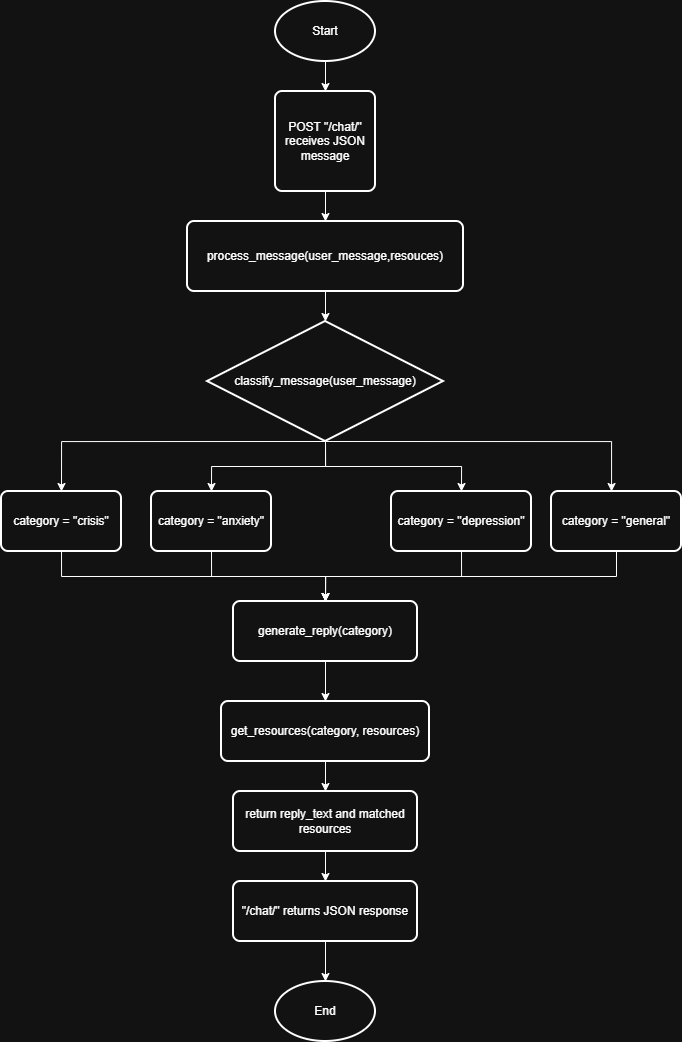
Above: NEA Flowchart Chat Bot Subprocedure.drawio.png in bluu2th/compsci-NEA (draw.io), before the change. Source tidied: cells renumbered, new cells last; positions are measured from the earlier drawing's top-left corner, leaving out a move shared by most shapes. Source of this version:
```xml
<mxGraphModel>
  <root>
    <mxCell id="0" />
    <mxCell id="1" parent="0" />
    <mxCell id="2" style="edgeStyle=orthogonalEdgeStyle;rounded=0;jettySize=auto;html=1;exitX=0.5;exitY=1;exitDx=0;exitDy=0;exitPerimeter=0;entryX=0.5;entryY=0;entryDx=0;entryDy=0;" parent="1" edge="1" source="3" target="5">
      <mxGeometry relative="1" as="geometry" />
    </mxCell>
    <mxCell id="3" value="Start" style="strokeWidth=2;html=1;shape=mxgraph.flowchart.start_1;whiteSpace=wrap;" parent="1" vertex="1">
      <mxGeometry x="274" width="100" height="60" as="geometry" />
    </mxCell>
    <mxCell id="4" style="edgeStyle=orthogonalEdgeStyle;rounded=0;jettySize=auto;html=1;exitX=0.5;exitY=1;exitDx=0;exitDy=0;entryX=0.5;entryY=0;entryDx=0;entryDy=0;" parent="1" edge="1" source="5" target="6">
      <mxGeometry relative="1" as="geometry" />
    </mxCell>
    <mxCell id="5" value="POST &quot;/chat/&quot; receives JSON message" style="rounded=1;whiteSpace=wrap;html=1;absoluteArcSize=1;arcSize=14;strokeWidth=2;" parent="1" vertex="1">
      <mxGeometry x="274" y="90" width="100" height="100" as="geometry" />
    </mxCell>
    <mxCell id="6" value="process_message&lt;span style=&quot;background-color: transparent; color: light-dark(rgb(0, 0, 0), rgb(255, 255, 255));&quot;&gt;(user_message,resouces)&lt;/span&gt;" style="rounded=1;whiteSpace=wrap;html=1;absoluteArcSize=1;arcSize=14;strokeWidth=2;" parent="1" vertex="1">
      <mxGeometry x="186" y="220" width="276" height="70" as="geometry" />
    </mxCell>
    <mxCell id="7" style="edgeStyle=orthogonalEdgeStyle;rounded=0;jettySize=auto;html=1;exitX=0.5;exitY=1;exitDx=0;exitDy=0;exitPerimeter=0;entryX=0.5;entryY=0;entryDx=0;entryDy=0;" parent="1" edge="1" source="11" target="14">
      <mxGeometry relative="1" as="geometry">
        <Array as="points">
          <mxPoint x="60" y="440" />
        </Array>
      </mxGeometry>
    </mxCell>
    <mxCell id="8" style="edgeStyle=orthogonalEdgeStyle;rounded=0;jettySize=auto;html=1;exitX=0.5;exitY=1;exitDx=0;exitDy=0;exitPerimeter=0;entryX=0.5;entryY=0;entryDx=0;entryDy=0;" parent="1" edge="1" source="11" target="16">
      <mxGeometry relative="1" as="geometry" />
    </mxCell>
    <mxCell id="9" style="edgeStyle=orthogonalEdgeStyle;rounded=0;jettySize=auto;html=1;exitX=0.5;exitY=1;exitDx=0;exitDy=0;exitPerimeter=0;entryX=0.5;entryY=0;entryDx=0;entryDy=0;" parent="1" edge="1" source="11" target="18">
      <mxGeometry relative="1" as="geometry" />
    </mxCell>
    <mxCell id="10" style="edgeStyle=orthogonalEdgeStyle;rounded=0;jettySize=auto;html=1;exitX=0.5;exitY=1;exitDx=0;exitDy=0;exitPerimeter=0;" parent="1" edge="1" source="11" target="20">
      <mxGeometry relative="1" as="geometry">
        <Array as="points">
          <mxPoint x="610" y="440" />
        </Array>
      </mxGeometry>
    </mxCell>
    <mxCell id="11" value="classify_message(user_message)" style="strokeWidth=2;html=1;shape=mxgraph.flowchart.decision;whiteSpace=wrap;" parent="1" vertex="1">
      <mxGeometry x="206" y="320" width="236" height="120" as="geometry" />
    </mxCell>
    <mxCell id="12" style="edgeStyle=orthogonalEdgeStyle;rounded=0;jettySize=auto;html=1;exitX=0.5;exitY=1;exitDx=0;exitDy=0;entryX=0.5;entryY=0;entryDx=0;entryDy=0;entryPerimeter=0;" parent="1" edge="1" source="6" target="11">
      <mxGeometry relative="1" as="geometry" />
    </mxCell>
    <mxCell id="13" style="edgeStyle=orthogonalEdgeStyle;rounded=0;jettySize=auto;html=1;exitX=0.5;exitY=1;exitDx=0;exitDy=0;entryX=0.5;entryY=0;entryDx=0;entryDy=0;" parent="1" edge="1" source="14" target="22">
      <mxGeometry relative="1" as="geometry" />
    </mxCell>
    <mxCell id="14" value="category = &quot;crisis&quot;" style="rounded=1;whiteSpace=wrap;html=1;absoluteArcSize=1;arcSize=14;strokeWidth=2;" parent="1" vertex="1">
      <mxGeometry y="490" width="120" height="60" as="geometry" />
    </mxCell>
    <mxCell id="15" style="edgeStyle=orthogonalEdgeStyle;rounded=0;jettySize=auto;html=1;exitX=0.5;exitY=1;exitDx=0;exitDy=0;entryX=0.5;entryY=0;entryDx=0;entryDy=0;" parent="1" edge="1" source="16" target="22">
      <mxGeometry relative="1" as="geometry" />
    </mxCell>
    <mxCell id="16" value="category = &quot;anxiety&quot;" style="rounded=1;whiteSpace=wrap;html=1;absoluteArcSize=1;arcSize=14;strokeWidth=2;" parent="1" vertex="1">
      <mxGeometry x="150" y="490" width="120" height="60" as="geometry" />
    </mxCell>
    <mxCell id="17" style="edgeStyle=orthogonalEdgeStyle;rounded=0;jettySize=auto;html=1;exitX=0.5;exitY=1;exitDx=0;exitDy=0;entryX=0.5;entryY=0;entryDx=0;entryDy=0;" parent="1" edge="1" source="18" target="22">
      <mxGeometry relative="1" as="geometry" />
    </mxCell>
    <mxCell id="18" value="category = &quot;depression&quot;" style="rounded=1;whiteSpace=wrap;html=1;absoluteArcSize=1;arcSize=14;strokeWidth=2;" parent="1" vertex="1">
      <mxGeometry x="390" y="490" width="140" height="60" as="geometry" />
    </mxCell>
    <mxCell id="19" style="edgeStyle=orthogonalEdgeStyle;rounded=0;jettySize=auto;html=1;exitX=0.5;exitY=1;exitDx=0;exitDy=0;entryX=0.5;entryY=0;entryDx=0;entryDy=0;" parent="1" edge="1" source="20" target="22">
      <mxGeometry relative="1" as="geometry" />
    </mxCell>
    <mxCell id="20" value="category = &quot;general&quot;" style="rounded=1;whiteSpace=wrap;html=1;absoluteArcSize=1;arcSize=14;strokeWidth=2;" parent="1" vertex="1">
      <mxGeometry x="550" y="490" width="130" height="60" as="geometry" />
    </mxCell>
    <mxCell id="21" style="edgeStyle=orthogonalEdgeStyle;rounded=0;jettySize=auto;html=1;exitX=0.5;exitY=1;exitDx=0;exitDy=0;entryX=0.5;entryY=0;entryDx=0;entryDy=0;" parent="1" edge="1" source="22" target="24">
      <mxGeometry relative="1" as="geometry" />
    </mxCell>
    <mxCell id="22" value="generate_reply(category)" style="rounded=1;whiteSpace=wrap;html=1;absoluteArcSize=1;arcSize=14;strokeWidth=2;" parent="1" vertex="1">
      <mxGeometry x="232" y="600" width="184" height="60" as="geometry" />
    </mxCell>
    <mxCell id="23" style="edgeStyle=orthogonalEdgeStyle;rounded=0;jettySize=auto;html=1;exitX=0.5;exitY=1;exitDx=0;exitDy=0;entryX=0.5;entryY=0;entryDx=0;entryDy=0;" parent="1" edge="1" source="24" target="26">
      <mxGeometry relative="1" as="geometry" />
    </mxCell>
    <mxCell id="24" value="get_resources(category, resources)" style="rounded=1;whiteSpace=wrap;html=1;absoluteArcSize=1;arcSize=14;strokeWidth=2;" parent="1" vertex="1">
      <mxGeometry x="220" y="700" width="208" height="60" as="geometry" />
    </mxCell>
    <mxCell id="25" style="edgeStyle=orthogonalEdgeStyle;rounded=0;jettySize=auto;html=1;exitX=0.5;exitY=1;exitDx=0;exitDy=0;entryX=0.5;entryY=0;entryDx=0;entryDy=0;" parent="1" edge="1" source="26" target="27">
      <mxGeometry relative="1" as="geometry" />
    </mxCell>
    <mxCell id="26" value="return reply_text and matched resources" style="rounded=1;whiteSpace=wrap;html=1;absoluteArcSize=1;arcSize=14;strokeWidth=2;" parent="1" vertex="1">
      <mxGeometry x="232" y="790" width="184" height="60" as="geometry" />
    </mxCell>
    <mxCell id="27" value="&quot;/chat/&quot; returns JSON response" style="rounded=1;whiteSpace=wrap;html=1;absoluteArcSize=1;arcSize=14;strokeWidth=2;" parent="1" vertex="1">
      <mxGeometry x="232" y="880" width="184" height="60" as="geometry" />
    </mxCell>
    <mxCell id="28" value="End" style="strokeWidth=2;html=1;shape=mxgraph.flowchart.start_1;whiteSpace=wrap;" parent="1" vertex="1">
      <mxGeometry x="274" y="980" width="100" height="60" as="geometry" />
    </mxCell>
    <mxCell id="29" style="edgeStyle=orthogonalEdgeStyle;rounded=0;jettySize=auto;html=1;exitX=0.5;exitY=1;exitDx=0;exitDy=0;entryX=0.5;entryY=0;entryDx=0;entryDy=0;entryPerimeter=0;" parent="1" edge="1" source="27" target="28">
      <mxGeometry relative="1" as="geometry" />
    </mxCell>
  </root>
</mxGraphModel>
```
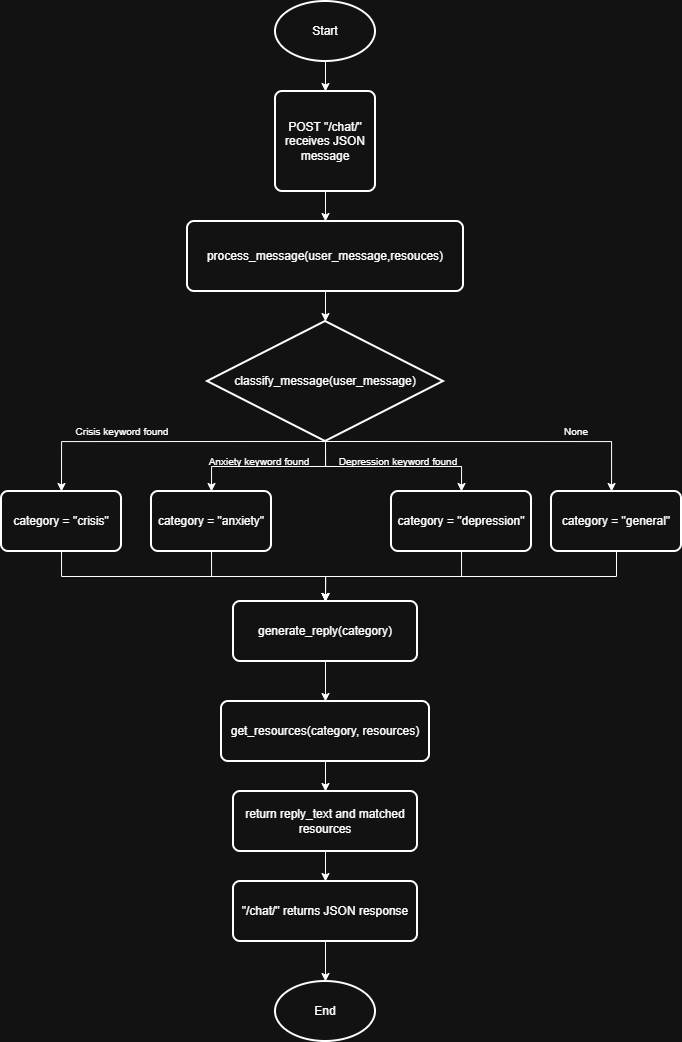
After the commit.

Commit message:
Added NEA Flowchart Chat Bot Subprocedure.drawio in PNG format

Change to the diagram source:
```diff
@@ -94,5 +94,17 @@
     <mxCell id="29" style="edgeStyle=orthogonalEdgeStyle;rounded=0;jettySize=auto;html=1;exitX=0.5;exitY=1;exitDx=0;exitDy=0;entryX=0.5;entryY=0;entryDx=0;entryDy=0;entryPerimeter=0;" parent="1" edge="1" source="27" target="28">
       <mxGeometry relative="1" as="geometry" />
     </mxCell>
+    <mxCell id="30" value="&lt;font style=&quot;font-size: 10px;&quot;&gt;Crisis keyword found&lt;/font&gt;" style="text;html=1;whiteSpace=wrap;strokeColor=none;fillColor=none;align=center;verticalAlign=middle;rounded=0;" parent="1" vertex="1">
+      <mxGeometry x="56" y="420" width="130" height="20" as="geometry" />
+    </mxCell>
+    <mxCell id="31" value="&lt;font style=&quot;font-size: 10px;&quot;&gt;Anxiety keyword found&lt;/font&gt;" style="text;html=1;whiteSpace=wrap;strokeColor=none;fillColor=none;align=center;verticalAlign=middle;rounded=0;" parent="1" vertex="1">
+      <mxGeometry x="193" y="450" width="130" height="20" as="geometry" />
+    </mxCell>
+    <mxCell id="32" value="&lt;font style=&quot;font-size: 10px;&quot;&gt;Depression keyword found&lt;/font&gt;" style="text;html=1;whiteSpace=wrap;strokeColor=none;fillColor=none;align=center;verticalAlign=middle;rounded=0;" parent="1" vertex="1">
+      <mxGeometry x="332" y="450" width="130" height="20" as="geometry" />
+    </mxCell>
+    <mxCell id="33" value="&lt;font style=&quot;font-size: 10px;&quot;&gt;None&lt;/font&gt;" style="text;html=1;whiteSpace=wrap;strokeColor=none;fillColor=none;align=center;verticalAlign=middle;rounded=0;" parent="1" vertex="1">
+      <mxGeometry x="510" y="420" width="130" height="20" as="geometry" />
+    </mxCell>
   </root>
 </mxGraphModel>
```
